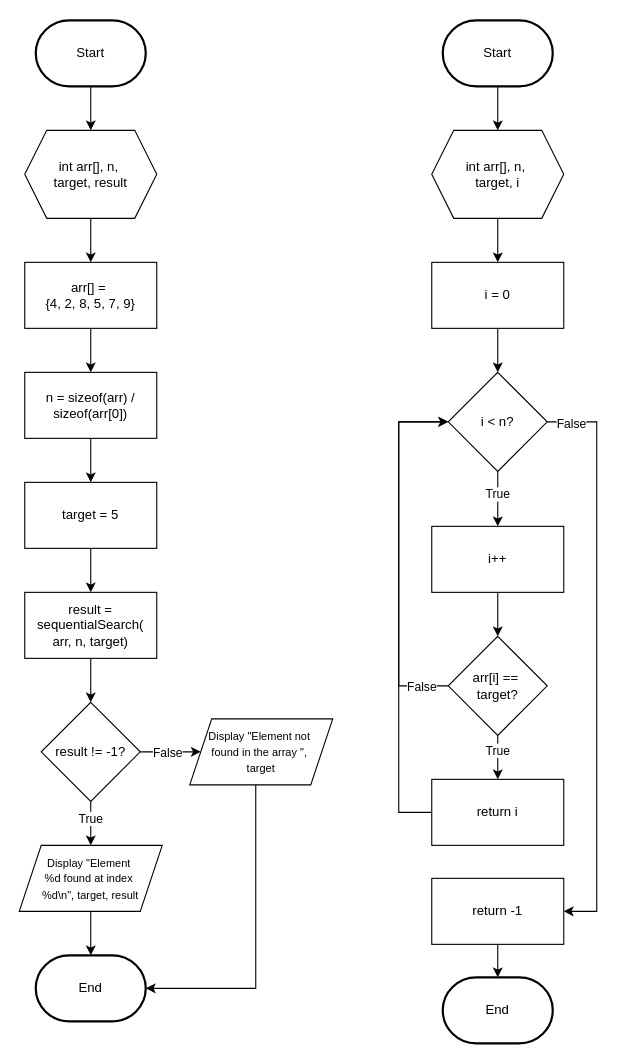
The draw.io diagram page "Sequential Search" (4 of 5) of Penda Modul 3.drawio in elikawicaksana/BuildIT_BasisData, before the edit. Source tidied: cells renumbered, new cells numbered last; positions are measured from the earlier drawing's top-left corner, leaving out a move shared by most shapes. Both pictures are drawn from the tidied source at 110%, with x=0, y=0 at pixel (-9, 20).
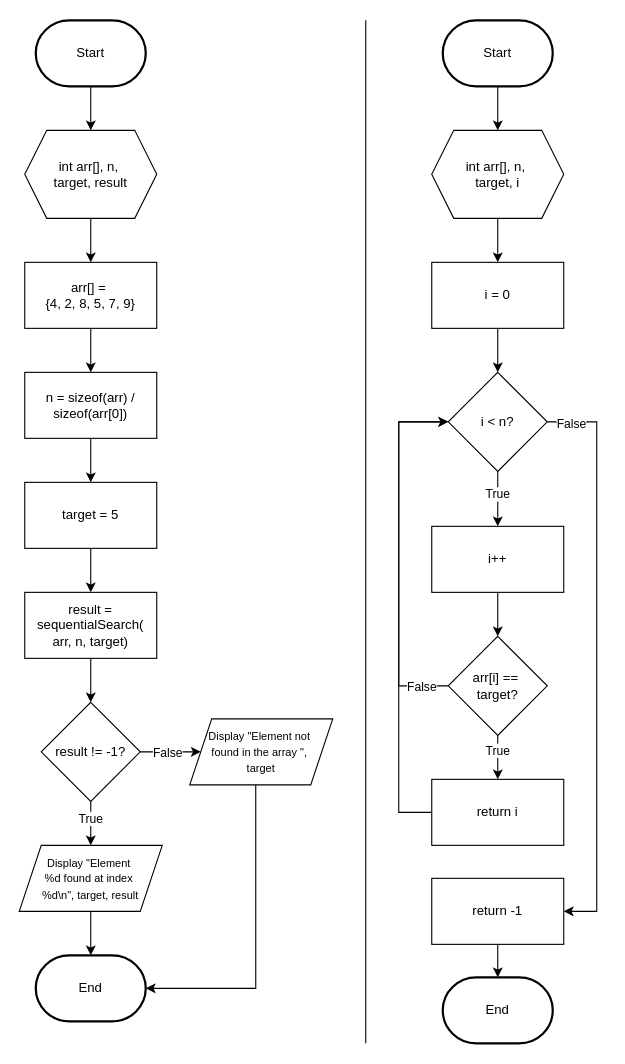
Above is the later version.

What changed in the source:
```diff
@@
+    <mxCell id="48" style="endArrow=none;html=1;rounded=0;" parent="1" edge="1">
+      <mxGeometry relative="1" as="geometry">
+        <mxPoint x="340" y="930" as="sourcePoint" />
+        <mxPoint x="340" as="targetPoint" />
+      </mxGeometry>
+    </mxCell>
```
